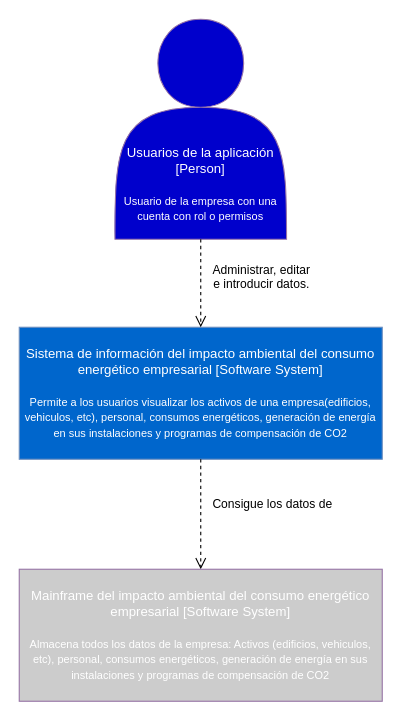
DaniCallado95/GSI-Proyecto keeps this draw.io diagram as docs/c4models/context_diagram.drawio. Above is the earlier version. Source tidied: cells renumbered, new cells numbered last; positions are measured from the earlier drawing's top-left corner, leaving out a move shared by most shapes. Both pictures are drawn from the tidied source at 110%, with x=0, y=0 at pixel (19, 19).
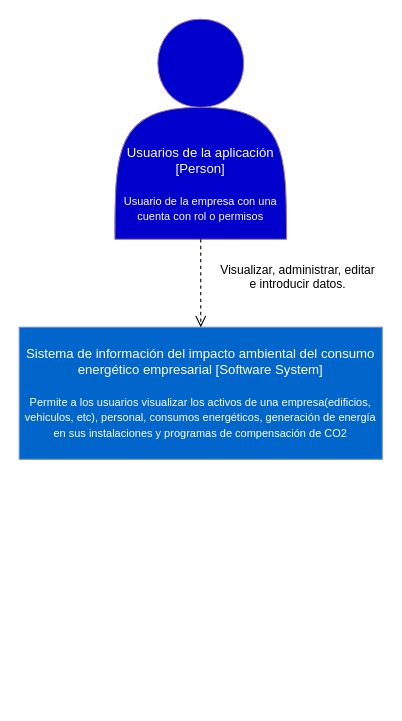
The same diagram, later.

Commit message (it also covers changes not shown here):
Container Diagram

The edit, as a diff of the source:
```diff
@@
 <mxGraphModel>
   <root>
     <mxCell id="0" />
     <mxCell id="1" parent="0" />
     <mxCell id="2" value="&lt;span style=&quot;white-space: normal&quot;&gt;&lt;font color=&quot;#ffffff&quot;&gt;Sistema de información del impacto ambiental del consumo energético empresarial [Software System]&lt;br&gt;&lt;br&gt;&lt;font style=&quot;font-size: 10px&quot;&gt;Permite a los usuarios visualizar los activos de una empresa(edificios, vehiculos, etc), personal, consumos energéticos, generación de energía en sus instalaciones y programas de compensación de CO2&lt;/font&gt;&lt;/font&gt;&lt;br&gt;&lt;/span&gt;" style="rounded=0;whiteSpace=wrap;html=1;fillColor=#0066CC;strokeColor=#6c8ebf;" parent="1" vertex="1">
       <mxGeometry y="280" width="330" height="120" as="geometry" />
     </mxCell>
     <mxCell id="3" value="&lt;br&gt;&lt;br&gt;&lt;br&gt;&lt;font color=&quot;#ffffff&quot;&gt;&lt;br&gt;&lt;br&gt;&lt;br&gt;&lt;br&gt;Usuarios de la aplicación [Person]&lt;br&gt;&lt;br&gt;&lt;font style=&quot;font-size: 10px&quot;&gt;Usuario de la empresa con una cuenta con rol o permisos&lt;/font&gt;&lt;br&gt;&lt;/font&gt;" style="shape=actor;whiteSpace=wrap;html=1;fillColor=#0000CC;strokeColor=#9673a6;gradientColor=none;" parent="1" vertex="1">
       <mxGeometry x="87" width="156" height="200" as="geometry" />
     </mxCell>
-    <mxCell id="4" value="Administrar, editar &lt;br&gt;e introducir datos." style="html=1;verticalAlign=bottom;endArrow=open;dashed=1;endSize=8;exitX=0.5;exitY=1;exitDx=0;exitDy=0;entryX=0.5;entryY=0;entryDx=0;entryDy=0;" parent="1" edge="1" source="3" target="2">
-      <mxGeometry x="0.25" y="55" relative="1" as="geometry" />
+    <mxCell id="4" value="Visualizar, administrar, editar &lt;br&gt;e introducir datos." style="html=1;verticalAlign=bottom;endArrow=open;dashed=1;endSize=8;exitX=0.5;exitY=1;exitDx=0;exitDy=0;entryX=0.5;entryY=0;entryDx=0;entryDy=0;" parent="1" edge="1" source="3" target="2">
+      <mxGeometry x="0.25" y="88" relative="1" as="geometry" />
     </mxCell>
-    <mxCell id="5" value="Consigue los datos de" style="html=1;verticalAlign=bottom;endArrow=open;dashed=1;endSize=8;exitX=0.5;exitY=1;exitDx=0;exitDy=0;entryX=0.5;entryY=0;entryDx=0;entryDy=0;" parent="1" edge="1" source="2" target="6">
-      <mxGeometry y="65" relative="1" as="geometry" />
-    </mxCell>
-    <mxCell id="6" value="&lt;span style=&quot;white-space: normal&quot;&gt;&lt;font color=&quot;#ffffff&quot;&gt;Mainframe del impacto ambiental del consumo energético empresarial [Software System]&lt;br&gt;&lt;br&gt;&lt;font style=&quot;font-size: 10px&quot;&gt;Almacena todos los datos de la empresa: Activos (edificios, vehiculos, etc), personal, consumos energéticos, generación de energía en sus instalaciones y programas de compensación de CO2&lt;/font&gt;&lt;/font&gt;&lt;br&gt;&lt;/span&gt;" style="rounded=0;whiteSpace=wrap;html=1;fillColor=#CCCCCC;strokeColor=#9673a6;" parent="1" vertex="1">
-      <mxGeometry y="500" width="330" height="120" as="geometry" />
-    </mxCell>
   </root>
 </mxGraphModel>
```
